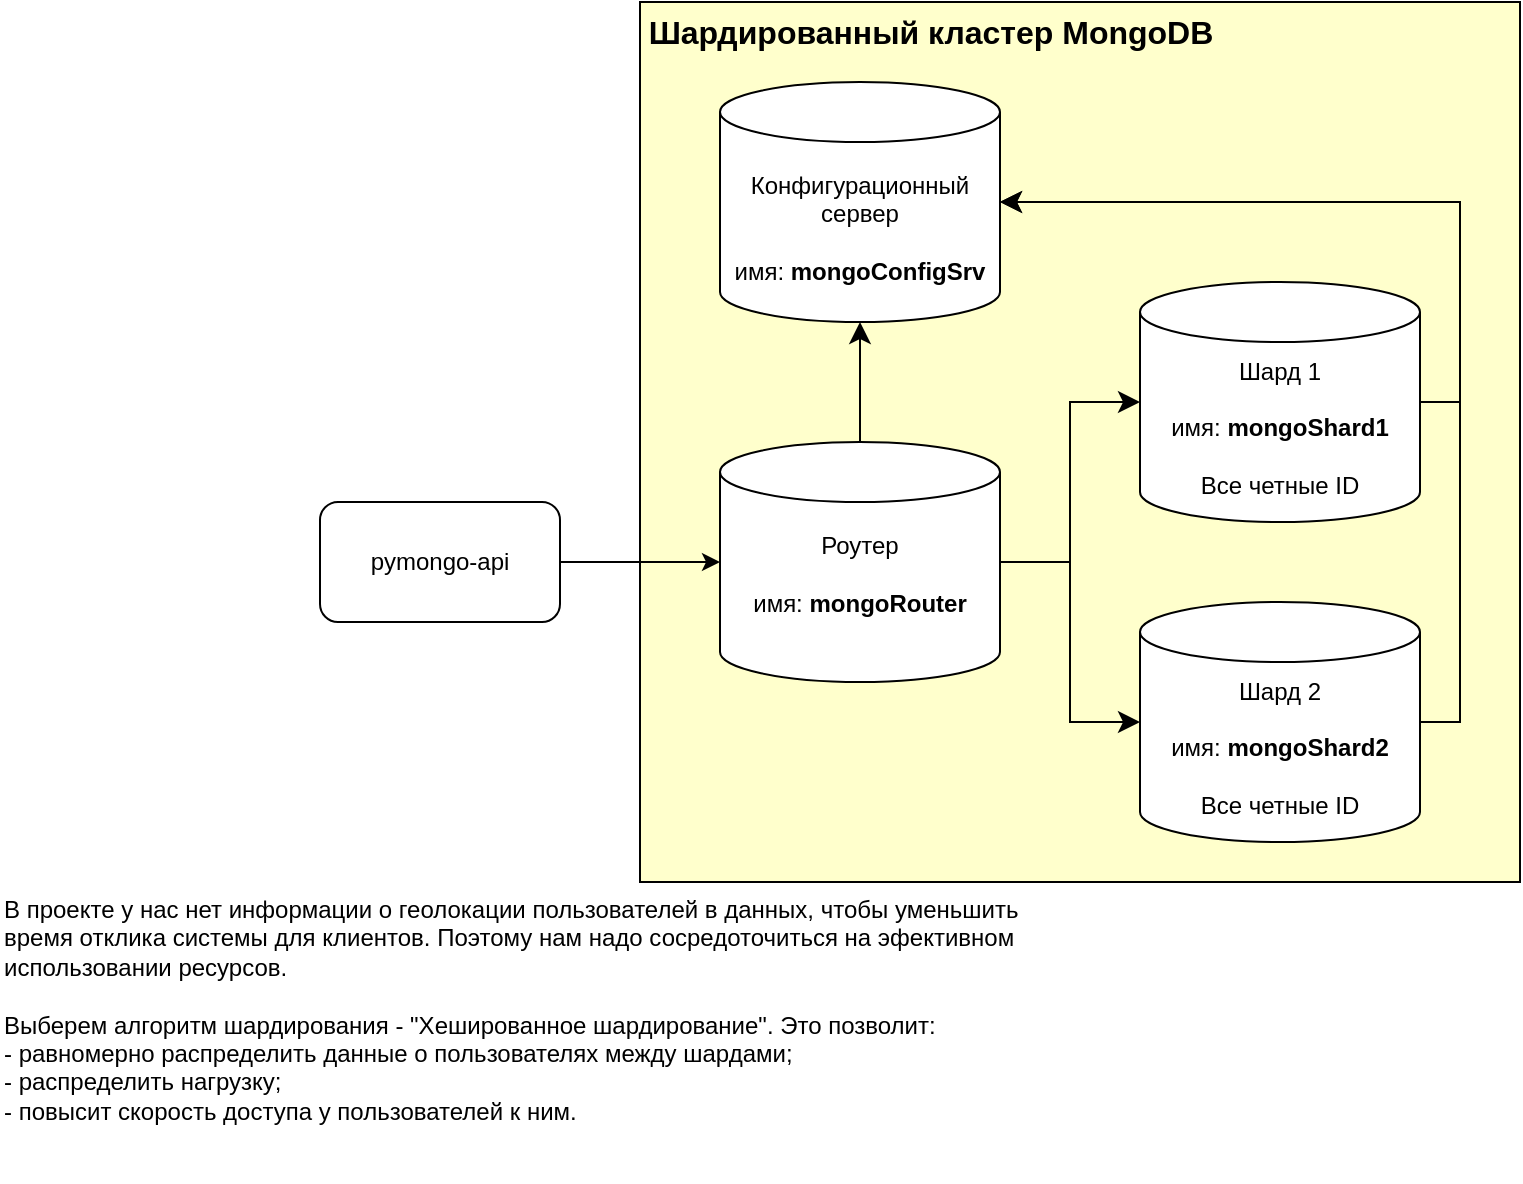
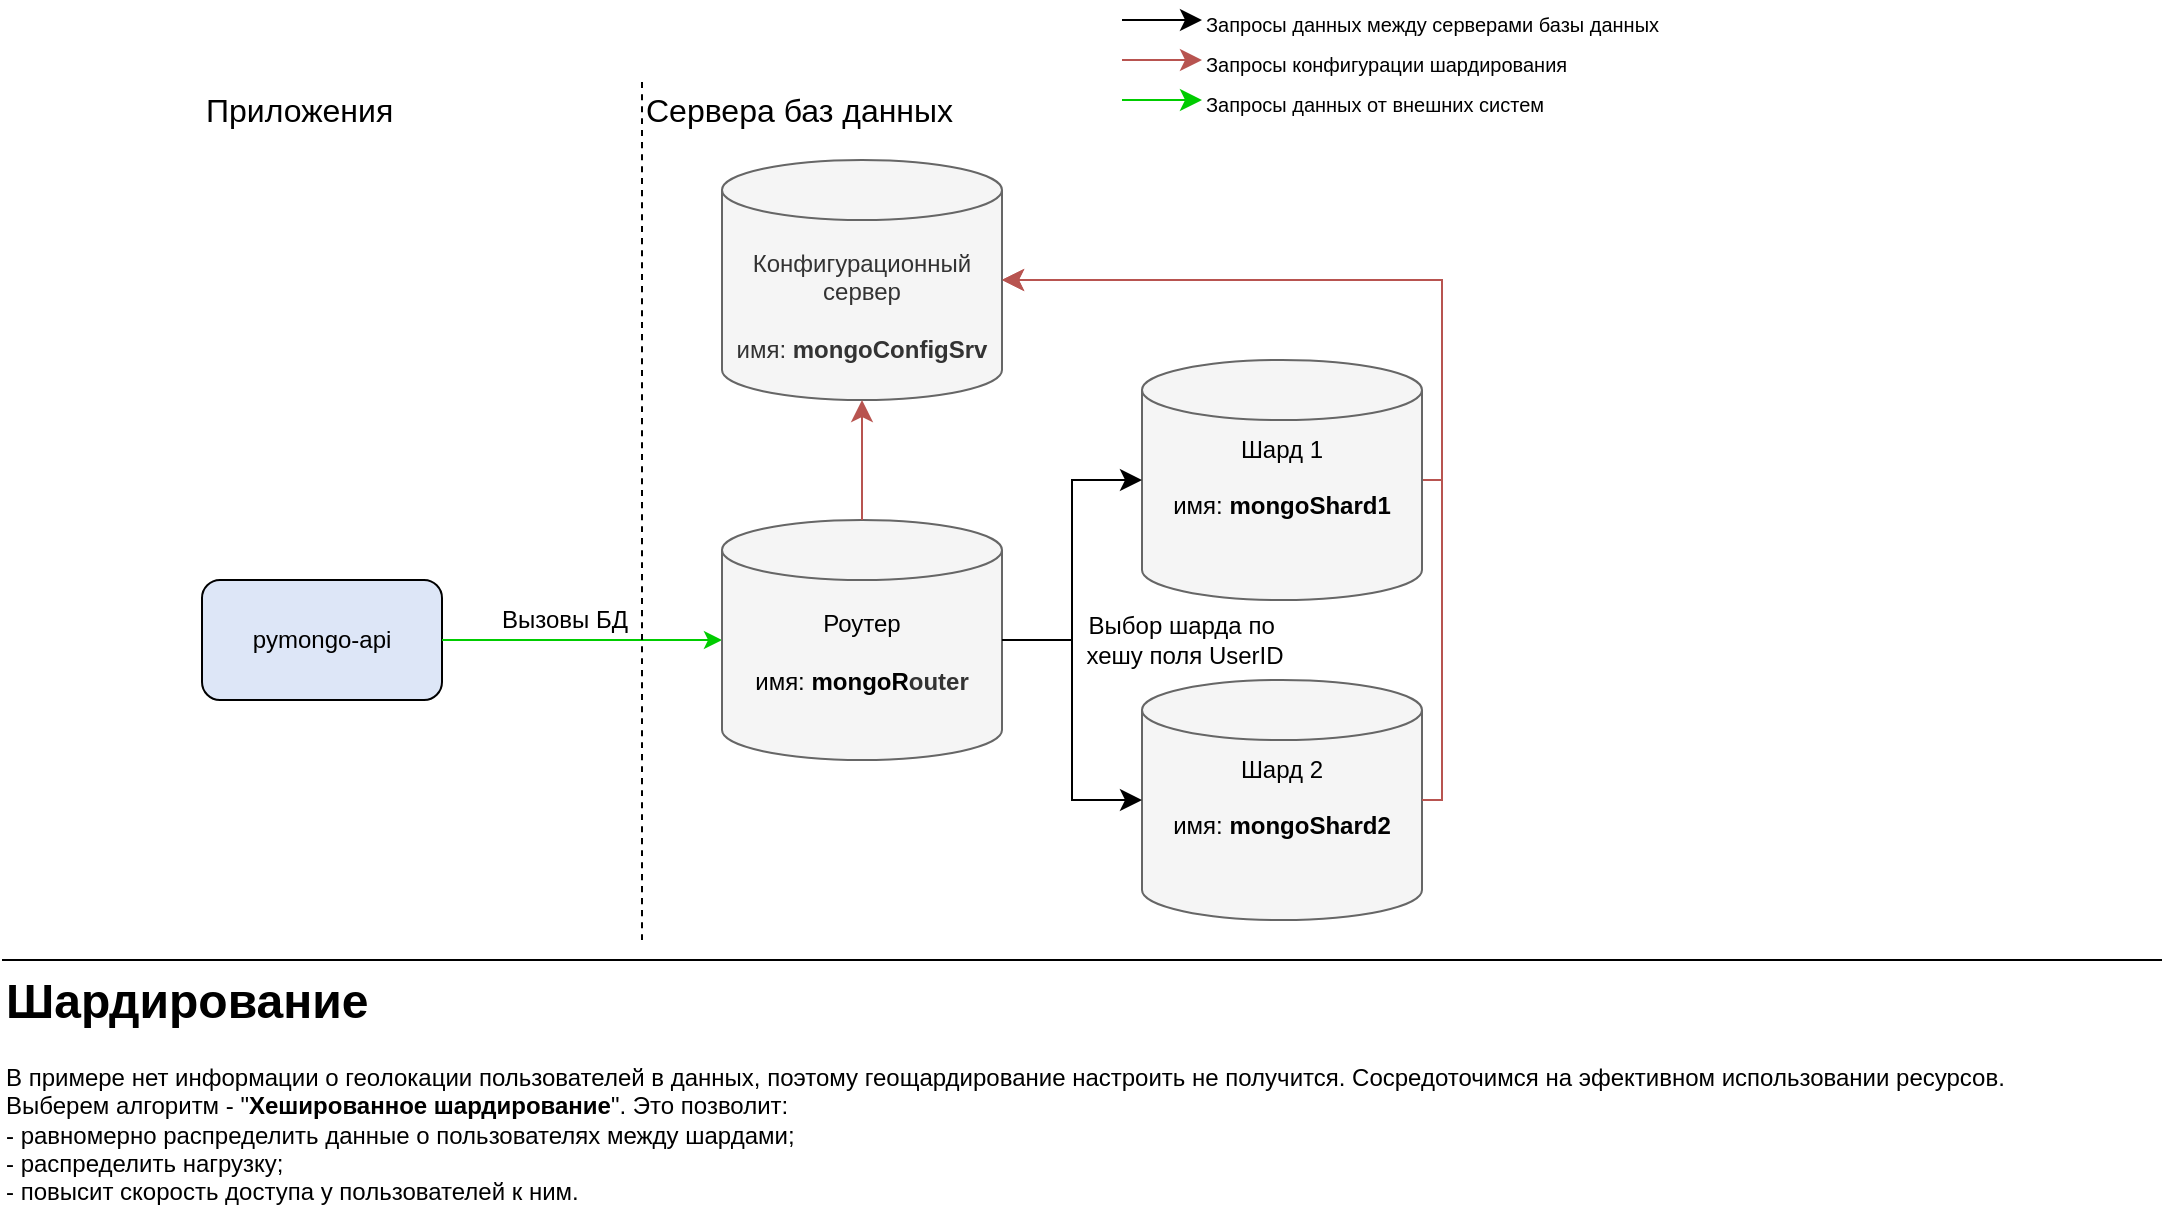
<mxfile host="Electron" agent="Mozilla/5.0 (X11; Linux x86_64) AppleWebKit/537.36 (KHTML, like Gecko) draw.io/26.0.7 Chrome/128.0.6613.186 Electron/32.2.5 Safari/537.36" version="26.0.7">
  <diagram name="Page-1" id="-H_mtQnk-PTXWXPvYvuk">
-     <mxGraphModel dx="989" dy="610" grid="1" gridSize="10" guides="1" tooltips="1" connect="1" arrows="1" fold="1" page="1" pageScale="1" pageWidth="1169" pageHeight="827" math="0" shadow="0">
+     <mxGraphModel dx="819" dy="506" grid="1" gridSize="10" guides="1" tooltips="1" connect="1" arrows="1" fold="1" page="1" pageScale="1" pageWidth="1169" pageHeight="827" math="0" shadow="0">
      <root>
        <mxCell id="0" />
        <mxCell id="1" parent="0" />
-         <mxCell id="x8KTgPLqKit-KDDqZjG4-24" value="" style="rounded=0;whiteSpace=wrap;html=1;fillColor=#FFFFCC;" vertex="1" parent="1">
-           <mxGeometry x="600" y="80" width="440" height="440" as="geometry" />
-         </mxCell>
-         <mxCell id="zA23MoTUsTF4_91t8viU-2" value="&lt;div&gt;&lt;span style=&quot;background-color: transparent; color: light-dark(rgb(0, 0, 0), rgb(255, 255, 255));&quot;&gt;Шард 1&lt;/span&gt;&lt;br&gt;&lt;/div&gt;&lt;div&gt;&lt;span style=&quot;background-color: transparent; color: light-dark(rgb(0, 0, 0), rgb(255, 255, 255));&quot;&gt;&lt;br&gt;&lt;/span&gt;&lt;/div&gt;&lt;div&gt;&lt;span style=&quot;background-color: transparent; color: light-dark(rgb(0, 0, 0), rgb(255, 255, 255));&quot;&gt;имя: &lt;b&gt;mongoShard1&lt;/b&gt;&lt;/span&gt;&lt;/div&gt;&lt;div&gt;&lt;div&gt;&lt;br&gt;&lt;/div&gt;&lt;div&gt;Все четные ID&lt;/div&gt;&lt;/div&gt;" style="shape=cylinder3;whiteSpace=wrap;html=1;boundedLbl=1;backgroundOutline=1;size=15;" parent="1" vertex="1">
-           <mxGeometry x="850" y="220" width="140" height="120" as="geometry" />
-         </mxCell>
-         <mxCell id="zA23MoTUsTF4_91t8viU-3" value="pymongo-api" style="rounded=1;whiteSpace=wrap;html=1;" parent="1" vertex="1">
-           <mxGeometry x="440" y="330" width="120" height="60" as="geometry" />
-         </mxCell>
-         <mxCell id="zA23MoTUsTF4_91t8viU-4" style="edgeStyle=orthogonalEdgeStyle;rounded=0;orthogonalLoop=1;jettySize=auto;html=1;exitX=1;exitY=0.5;exitDx=0;exitDy=0;entryX=0;entryY=0.5;entryDx=0;entryDy=0;entryPerimeter=0;" parent="1" source="zA23MoTUsTF4_91t8viU-3" target="x8KTgPLqKit-KDDqZjG4-14" edge="1">
+         <mxCell id="DZ9DX0rNoMSM_O99VwaM-41" style="edgeStyle=orthogonalEdgeStyle;rounded=0;orthogonalLoop=1;jettySize=auto;html=1;fontSize=12;startSize=8;endSize=8;fillColor=#f8cecc;strokeColor=#b85450;" parent="1" source="zA23MoTUsTF4_91t8viU-2" edge="1">
          <mxGeometry relative="1" as="geometry">
-             <mxPoint x="520" y="360" as="targetPoint" />
-           </mxGeometry>
-         </mxCell>
-         <mxCell id="x8KTgPLqKit-KDDqZjG4-10" value="В проекте у нас нет информации о геолокации пользователей в данных, чтобы уменьшить время отклика системы для клиентов. Поэтому нам надо сосредоточиться на эфективном использовании ресурсов.&#xa;&#xa;Выберем алгоритм шардирования - &quot;Хешированное шардирование&quot;. Это позволит:&#xa;- равномерно распределить данные о пользователях между шардами;&#xa;- распределить нагрузку;&#xa;- повысит скорость доступа у пользователей к ним." style="text;whiteSpace=wrap;" vertex="1" parent="1">
-           <mxGeometry x="280" y="520" width="520" height="150" as="geometry" />
-         </mxCell>
-         <mxCell id="x8KTgPLqKit-KDDqZjG4-12" value="&lt;div&gt;&lt;div&gt;Конфигурационный сервер&lt;/div&gt;&lt;div&gt;&lt;br&gt;&lt;/div&gt;&lt;div&gt;имя: &lt;b&gt;mongoConfigSrv&lt;/b&gt;&lt;/div&gt;&lt;/div&gt;" style="shape=cylinder3;whiteSpace=wrap;html=1;boundedLbl=1;backgroundOutline=1;size=15;fontSize=12;" vertex="1" parent="1">
-           <mxGeometry x="640" y="120" width="140" height="120" as="geometry" />
-         </mxCell>
-         <mxCell id="x8KTgPLqKit-KDDqZjG4-22" style="edgeStyle=orthogonalEdgeStyle;rounded=0;orthogonalLoop=1;jettySize=auto;html=1;fontSize=12;startSize=8;endSize=8;exitX=1;exitY=0.5;exitDx=0;exitDy=0;exitPerimeter=0;" edge="1" parent="1" source="x8KTgPLqKit-KDDqZjG4-13">
-           <mxGeometry relative="1" as="geometry">
-             <mxPoint x="779.9999999999998" y="180" as="targetPoint" />
+             <mxPoint x="540" y="140" as="targetPoint" />
            <Array as="points">
-               <mxPoint x="1010" y="440" />
-               <mxPoint x="1010" y="180" />
+               <mxPoint x="760" y="240" />
+               <mxPoint x="760" y="140" />
            </Array>
          </mxGeometry>
        </mxCell>
-         <mxCell id="x8KTgPLqKit-KDDqZjG4-13" value="&lt;div&gt;&lt;span style=&quot;background-color: transparent; color: light-dark(rgb(0, 0, 0), rgb(255, 255, 255));&quot;&gt;Шард 2&lt;/span&gt;&lt;br&gt;&lt;/div&gt;&lt;div&gt;&lt;span style=&quot;background-color: transparent; color: light-dark(rgb(0, 0, 0), rgb(255, 255, 255));&quot;&gt;&lt;br&gt;&lt;/span&gt;&lt;/div&gt;&lt;div&gt;&lt;span style=&quot;background-color: transparent; color: light-dark(rgb(0, 0, 0), rgb(255, 255, 255));&quot;&gt;имя: &lt;b&gt;mongoShard2&lt;/b&gt;&lt;/span&gt;&lt;/div&gt;&lt;div&gt;&lt;div&gt;&lt;br&gt;&lt;/div&gt;&lt;div&gt;Все четные ID&lt;/div&gt;&lt;/div&gt;" style="shape=cylinder3;whiteSpace=wrap;html=1;boundedLbl=1;backgroundOutline=1;size=15;" vertex="1" parent="1">
-           <mxGeometry x="850" y="380" width="140" height="120" as="geometry" />
+         <mxCell id="zA23MoTUsTF4_91t8viU-2" value="&lt;div&gt;&lt;span style=&quot;background-color: transparent; color: light-dark(rgb(0, 0, 0), rgb(255, 255, 255));&quot;&gt;Шард 1&lt;/span&gt;&lt;br&gt;&lt;/div&gt;&lt;div&gt;&lt;span style=&quot;background-color: transparent; color: light-dark(rgb(0, 0, 0), rgb(255, 255, 255));&quot;&gt;&lt;br&gt;&lt;/span&gt;&lt;/div&gt;&lt;div&gt;&lt;span style=&quot;background-color: transparent; color: light-dark(rgb(0, 0, 0), rgb(255, 255, 255));&quot;&gt;имя: &lt;b&gt;mongoShard1&lt;/b&gt;&lt;/span&gt;&lt;/div&gt;&lt;div&gt;&lt;div&gt;&lt;br&gt;&lt;/div&gt;&lt;div&gt;&lt;br&gt;&lt;/div&gt;&lt;/div&gt;" style="shape=cylinder3;whiteSpace=wrap;html=1;boundedLbl=1;backgroundOutline=1;size=15;fillColor=#f5f5f5;fontColor=#333333;strokeColor=#666666;" parent="1" vertex="1">
+           <mxGeometry x="610" y="180" width="140" height="120" as="geometry" />
        </mxCell>
-         <mxCell id="x8KTgPLqKit-KDDqZjG4-14" value="&lt;div&gt;&lt;span style=&quot;background-color: transparent; color: light-dark(rgb(0, 0, 0), rgb(255, 255, 255));&quot;&gt;Роутер&lt;/span&gt;&lt;br&gt;&lt;/div&gt;&lt;div&gt;&lt;span style=&quot;background-color: transparent; color: light-dark(rgb(0, 0, 0), rgb(255, 255, 255));&quot;&gt;&lt;br&gt;&lt;/span&gt;&lt;/div&gt;&lt;div&gt;&lt;span style=&quot;background-color: transparent; color: light-dark(rgb(0, 0, 0), rgb(255, 255, 255));&quot;&gt;имя: &lt;b&gt;mongoR&lt;/b&gt;&lt;/span&gt;&lt;span style=&quot;background-color: transparent;&quot;&gt;&lt;b&gt;outer&lt;/b&gt;&lt;/span&gt;&lt;/div&gt;&lt;div&gt;&lt;br&gt;&lt;/div&gt;" style="shape=cylinder3;whiteSpace=wrap;html=1;boundedLbl=1;backgroundOutline=1;size=15;" vertex="1" parent="1">
-           <mxGeometry x="640" y="300" width="140" height="120" as="geometry" />
+         <mxCell id="zA23MoTUsTF4_91t8viU-3" value="pymongo-api" style="rounded=1;whiteSpace=wrap;html=1;fillColor=#DDE6F7;" parent="1" vertex="1">
+           <mxGeometry x="140" y="290" width="120" height="60" as="geometry" />
        </mxCell>
-         <mxCell id="x8KTgPLqKit-KDDqZjG4-18" style="edgeStyle=orthogonalEdgeStyle;rounded=0;orthogonalLoop=1;jettySize=auto;html=1;entryX=0;entryY=0.5;entryDx=0;entryDy=0;entryPerimeter=0;fontSize=12;startSize=8;endSize=8;" edge="1" parent="1" source="x8KTgPLqKit-KDDqZjG4-14" target="zA23MoTUsTF4_91t8viU-2">
+         <mxCell id="zA23MoTUsTF4_91t8viU-4" style="edgeStyle=orthogonalEdgeStyle;rounded=0;orthogonalLoop=1;jettySize=auto;html=1;exitX=1;exitY=0.5;exitDx=0;exitDy=0;entryX=0;entryY=0.5;entryDx=0;entryDy=0;entryPerimeter=0;strokeColor=#00CC00;" parent="1" source="zA23MoTUsTF4_91t8viU-3" target="x8KTgPLqKit-KDDqZjG4-14" edge="1">
+           <mxGeometry relative="1" as="geometry">
+             <mxPoint x="280" y="320" as="targetPoint" />
+           </mxGeometry>
+         </mxCell>
+         <mxCell id="DZ9DX0rNoMSM_O99VwaM-37" value="Вызовы БД" style="edgeLabel;html=1;align=center;verticalAlign=middle;resizable=0;points=[];fontSize=12;" parent="zA23MoTUsTF4_91t8viU-4" vertex="1" connectable="0">
+           <mxGeometry x="-0.1095" relative="1" as="geometry">
+             <mxPoint x="-2" y="-10" as="offset" />
+           </mxGeometry>
+         </mxCell>
+         <mxCell id="x8KTgPLqKit-KDDqZjG4-12" value="&lt;div&gt;&lt;div&gt;Конфигурационный сервер&lt;/div&gt;&lt;div&gt;&lt;br&gt;&lt;/div&gt;&lt;div&gt;имя: &lt;b&gt;mongoConfigSrv&lt;/b&gt;&lt;/div&gt;&lt;/div&gt;" style="shape=cylinder3;whiteSpace=wrap;html=1;boundedLbl=1;backgroundOutline=1;size=15;fontSize=12;fillColor=#f5f5f5;fontColor=#333333;strokeColor=#666666;" parent="1" vertex="1">
+           <mxGeometry x="400" y="80" width="140" height="120" as="geometry" />
+         </mxCell>
+         <mxCell id="x8KTgPLqKit-KDDqZjG4-13" value="&lt;div&gt;&lt;span style=&quot;background-color: transparent; color: light-dark(rgb(0, 0, 0), rgb(255, 255, 255));&quot;&gt;Шард 2&lt;/span&gt;&lt;br&gt;&lt;/div&gt;&lt;div&gt;&lt;span style=&quot;background-color: transparent; color: light-dark(rgb(0, 0, 0), rgb(255, 255, 255));&quot;&gt;&lt;br&gt;&lt;/span&gt;&lt;/div&gt;&lt;div&gt;&lt;span style=&quot;background-color: transparent; color: light-dark(rgb(0, 0, 0), rgb(255, 255, 255));&quot;&gt;имя: &lt;b&gt;mongoShard2&lt;/b&gt;&lt;/span&gt;&lt;/div&gt;&lt;div&gt;&lt;div&gt;&lt;br&gt;&lt;/div&gt;&lt;div&gt;&lt;br&gt;&lt;/div&gt;&lt;/div&gt;" style="shape=cylinder3;whiteSpace=wrap;html=1;boundedLbl=1;backgroundOutline=1;size=15;fillColor=#f5f5f5;fontColor=#333333;strokeColor=#666666;" parent="1" vertex="1">
+           <mxGeometry x="610" y="340" width="140" height="120" as="geometry" />
+         </mxCell>
+         <mxCell id="x8KTgPLqKit-KDDqZjG4-14" value="&lt;div&gt;&lt;span style=&quot;background-color: transparent; color: light-dark(rgb(0, 0, 0), rgb(255, 255, 255));&quot;&gt;Роутер&lt;/span&gt;&lt;br&gt;&lt;/div&gt;&lt;div&gt;&lt;span style=&quot;background-color: transparent; color: light-dark(rgb(0, 0, 0), rgb(255, 255, 255));&quot;&gt;&lt;br&gt;&lt;/span&gt;&lt;/div&gt;&lt;div&gt;&lt;span style=&quot;background-color: transparent; color: light-dark(rgb(0, 0, 0), rgb(255, 255, 255));&quot;&gt;имя: &lt;b&gt;mongoR&lt;/b&gt;&lt;/span&gt;&lt;span style=&quot;background-color: transparent;&quot;&gt;&lt;b&gt;outer&lt;/b&gt;&lt;/span&gt;&lt;/div&gt;&lt;div&gt;&lt;br&gt;&lt;/div&gt;" style="shape=cylinder3;whiteSpace=wrap;html=1;boundedLbl=1;backgroundOutline=1;size=15;fillColor=#f5f5f5;fontColor=#333333;strokeColor=#666666;" parent="1" vertex="1">
+           <mxGeometry x="400" y="260" width="140" height="120" as="geometry" />
+         </mxCell>
+         <mxCell id="x8KTgPLqKit-KDDqZjG4-18" style="edgeStyle=orthogonalEdgeStyle;rounded=0;orthogonalLoop=1;jettySize=auto;html=1;entryX=0;entryY=0.5;entryDx=0;entryDy=0;entryPerimeter=0;fontSize=12;startSize=8;endSize=8;" parent="1" source="x8KTgPLqKit-KDDqZjG4-14" target="zA23MoTUsTF4_91t8viU-2" edge="1">
          <mxGeometry relative="1" as="geometry" />
        </mxCell>
-         <mxCell id="x8KTgPLqKit-KDDqZjG4-19" style="edgeStyle=orthogonalEdgeStyle;rounded=0;orthogonalLoop=1;jettySize=auto;html=1;entryX=0;entryY=0.5;entryDx=0;entryDy=0;entryPerimeter=0;fontSize=12;startSize=8;endSize=8;" edge="1" parent="1" source="x8KTgPLqKit-KDDqZjG4-14" target="x8KTgPLqKit-KDDqZjG4-13">
+         <mxCell id="x8KTgPLqKit-KDDqZjG4-19" style="edgeStyle=orthogonalEdgeStyle;rounded=0;orthogonalLoop=1;jettySize=auto;html=1;entryX=0;entryY=0.5;entryDx=0;entryDy=0;entryPerimeter=0;fontSize=12;startSize=8;endSize=8;" parent="1" source="x8KTgPLqKit-KDDqZjG4-14" target="x8KTgPLqKit-KDDqZjG4-13" edge="1">
          <mxGeometry relative="1" as="geometry" />
        </mxCell>
-         <mxCell id="x8KTgPLqKit-KDDqZjG4-20" style="edgeStyle=orthogonalEdgeStyle;curved=1;rounded=0;orthogonalLoop=1;jettySize=auto;html=1;entryX=0.5;entryY=1;entryDx=0;entryDy=0;entryPerimeter=0;fontSize=12;startSize=8;endSize=8;" edge="1" parent="1" source="x8KTgPLqKit-KDDqZjG4-14" target="x8KTgPLqKit-KDDqZjG4-12">
+         <mxCell id="DZ9DX0rNoMSM_O99VwaM-39" value="Выбор шарда по&amp;nbsp;&lt;div&gt;хешу поля UserID&lt;/div&gt;" style="edgeLabel;html=1;align=center;verticalAlign=middle;resizable=0;points=[];fontSize=12;" parent="x8KTgPLqKit-KDDqZjG4-19" vertex="1" connectable="0">
+           <mxGeometry x="-0.7962" relative="1" as="geometry">
+             <mxPoint x="75" as="offset" />
+           </mxGeometry>
+         </mxCell>
+         <mxCell id="x8KTgPLqKit-KDDqZjG4-20" style="edgeStyle=orthogonalEdgeStyle;curved=1;rounded=0;orthogonalLoop=1;jettySize=auto;html=1;entryX=0.5;entryY=1;entryDx=0;entryDy=0;entryPerimeter=0;fontSize=12;startSize=8;endSize=8;fillColor=#f8cecc;strokeColor=#b85450;" parent="1" source="x8KTgPLqKit-KDDqZjG4-14" target="x8KTgPLqKit-KDDqZjG4-12" edge="1">
          <mxGeometry relative="1" as="geometry" />
        </mxCell>
-         <mxCell id="x8KTgPLqKit-KDDqZjG4-21" style="edgeStyle=orthogonalEdgeStyle;rounded=0;orthogonalLoop=1;jettySize=auto;html=1;entryX=1;entryY=0.5;entryDx=0;entryDy=0;entryPerimeter=0;fontSize=12;startSize=8;endSize=8;exitX=1;exitY=0.5;exitDx=0;exitDy=0;exitPerimeter=0;" edge="1" parent="1" source="zA23MoTUsTF4_91t8viU-2" target="x8KTgPLqKit-KDDqZjG4-12">
-           <mxGeometry relative="1" as="geometry" />
+         <mxCell id="DZ9DX0rNoMSM_O99VwaM-33" value="" style="endArrow=none;dashed=1;html=1;rounded=0;fontSize=12;startSize=8;endSize=8;curved=1;" parent="1" edge="1">
+           <mxGeometry width="50" height="50" relative="1" as="geometry">
+             <mxPoint x="360" y="470" as="sourcePoint" />
+             <mxPoint x="360" y="40" as="targetPoint" />
+           </mxGeometry>
        </mxCell>
-         <mxCell id="x8KTgPLqKit-KDDqZjG4-25" value="Шардированный кластер MongoDB" style="text;html=1;align=center;verticalAlign=middle;resizable=0;points=[];autosize=1;strokeColor=none;fillColor=none;fontSize=16;fontStyle=1" vertex="1" parent="1">
-           <mxGeometry x="600" y="80" width="290" height="30" as="geometry" />
+         <mxCell id="DZ9DX0rNoMSM_O99VwaM-35" value="Сервера баз данных" style="text;html=1;align=left;verticalAlign=middle;whiteSpace=wrap;rounded=0;fontSize=16;" parent="1" vertex="1">
+           <mxGeometry x="360" y="40" width="200" height="30" as="geometry" />
+         </mxCell>
+         <mxCell id="DZ9DX0rNoMSM_O99VwaM-36" value="Приложения" style="text;html=1;align=left;verticalAlign=middle;whiteSpace=wrap;rounded=0;fontSize=16;" parent="1" vertex="1">
+           <mxGeometry x="140" y="40" width="110" height="30" as="geometry" />
+         </mxCell>
+         <mxCell id="DZ9DX0rNoMSM_O99VwaM-38" value="" style="endArrow=none;html=1;rounded=0;fontSize=12;startSize=8;endSize=8;curved=1;" parent="1" edge="1">
+           <mxGeometry width="50" height="50" relative="1" as="geometry">
+             <mxPoint x="40" y="480" as="sourcePoint" />
+             <mxPoint x="1120" y="480" as="targetPoint" />
+           </mxGeometry>
+         </mxCell>
+         <mxCell id="DZ9DX0rNoMSM_O99VwaM-40" style="edgeStyle=orthogonalEdgeStyle;rounded=0;orthogonalLoop=1;jettySize=auto;html=1;entryX=1;entryY=0.5;entryDx=0;entryDy=0;entryPerimeter=0;fontSize=12;startSize=8;endSize=8;fillColor=#f8cecc;strokeColor=#b85450;" parent="1" source="x8KTgPLqKit-KDDqZjG4-13" target="x8KTgPLqKit-KDDqZjG4-12" edge="1">
+           <mxGeometry relative="1" as="geometry">
+             <Array as="points">
+               <mxPoint x="760" y="400" />
+               <mxPoint x="760" y="140" />
+             </Array>
+           </mxGeometry>
+         </mxCell>
+         <mxCell id="QJCVhXJppBcNyCIr-EB3-1" value="&lt;h1 style=&quot;margin-top: 0px;&quot;&gt;Шардирование&lt;/h1&gt;&lt;p&gt;В примере нет информации о геолокации пользователей в данных, поэтому геощардирование настроить не получится. Сосредоточимся на эфективном использовании ресурсов.&lt;br style=&quot;padding: 0px; margin: 0px;&quot;&gt;Выберем алгоритм - &quot;&lt;b&gt;Хешированное шардирование&lt;/b&gt;&quot;. Это позволит:&lt;br style=&quot;padding: 0px; margin: 0px;&quot;&gt;- равномерно распределить данные о пользователях между шардами;&lt;br style=&quot;padding: 0px; margin: 0px;&quot;&gt;- распределить нагрузку;&lt;br style=&quot;padding: 0px; margin: 0px;&quot;&gt;- повысит скорость доступа у пользователей к ним.&lt;br&gt;&lt;/p&gt;" style="text;html=1;whiteSpace=wrap;overflow=hidden;rounded=0;" parent="1" vertex="1">
+           <mxGeometry x="40" y="480" width="1080" height="130" as="geometry" />
+         </mxCell>
+         <mxCell id="Hd3VR3B-SxM1DXfMNrbH-1" value="" style="endArrow=classic;html=1;rounded=0;fontSize=12;startSize=8;endSize=8;curved=1;" edge="1" parent="1" target="Hd3VR3B-SxM1DXfMNrbH-2">
+           <mxGeometry width="50" height="50" relative="1" as="geometry">
+             <mxPoint x="600" y="10" as="sourcePoint" />
+             <mxPoint x="660" y="10" as="targetPoint" />
+           </mxGeometry>
+         </mxCell>
+         <mxCell id="Hd3VR3B-SxM1DXfMNrbH-2" value="&lt;font style=&quot;font-size: 10px;&quot;&gt;Запросы данных между серверами базы данных&lt;/font&gt;" style="text;html=1;align=left;verticalAlign=middle;whiteSpace=wrap;rounded=0;fontSize=16;" vertex="1" parent="1">
+           <mxGeometry x="640" width="240" height="20" as="geometry" />
+         </mxCell>
+         <mxCell id="Hd3VR3B-SxM1DXfMNrbH-5" value="" style="endArrow=classic;html=1;rounded=0;fontSize=12;startSize=8;endSize=8;curved=1;fillColor=#f8cecc;strokeColor=#b85450;" edge="1" parent="1" target="Hd3VR3B-SxM1DXfMNrbH-6">
+           <mxGeometry width="50" height="50" relative="1" as="geometry">
+             <mxPoint x="600" y="30" as="sourcePoint" />
+             <mxPoint x="660" y="30" as="targetPoint" />
+           </mxGeometry>
+         </mxCell>
+         <mxCell id="Hd3VR3B-SxM1DXfMNrbH-6" value="&lt;font style=&quot;font-size: 10px;&quot;&gt;Запросы конфигурации шардирования&lt;/font&gt;" style="text;html=1;align=left;verticalAlign=middle;whiteSpace=wrap;rounded=0;fontSize=16;" vertex="1" parent="1">
+           <mxGeometry x="640" y="20" width="200" height="20" as="geometry" />
+         </mxCell>
+         <mxCell id="Hd3VR3B-SxM1DXfMNrbH-7" value="" style="endArrow=classic;html=1;rounded=0;fontSize=12;startSize=8;endSize=8;curved=1;fillColor=#f8cecc;strokeColor=#00CC00;" edge="1" parent="1" target="Hd3VR3B-SxM1DXfMNrbH-8">
+           <mxGeometry width="50" height="50" relative="1" as="geometry">
+             <mxPoint x="600" y="50" as="sourcePoint" />
+             <mxPoint x="660" y="50" as="targetPoint" />
+           </mxGeometry>
+         </mxCell>
+         <mxCell id="Hd3VR3B-SxM1DXfMNrbH-8" value="&lt;font style=&quot;font-size: 10px;&quot;&gt;Запросы данных от внешних систем&lt;/font&gt;" style="text;html=1;align=left;verticalAlign=middle;whiteSpace=wrap;rounded=0;fontSize=16;" vertex="1" parent="1">
+           <mxGeometry x="640" y="40" width="200" height="20" as="geometry" />
        </mxCell>
      </root>
    </mxGraphModel>
  </diagram>
</mxfile>
